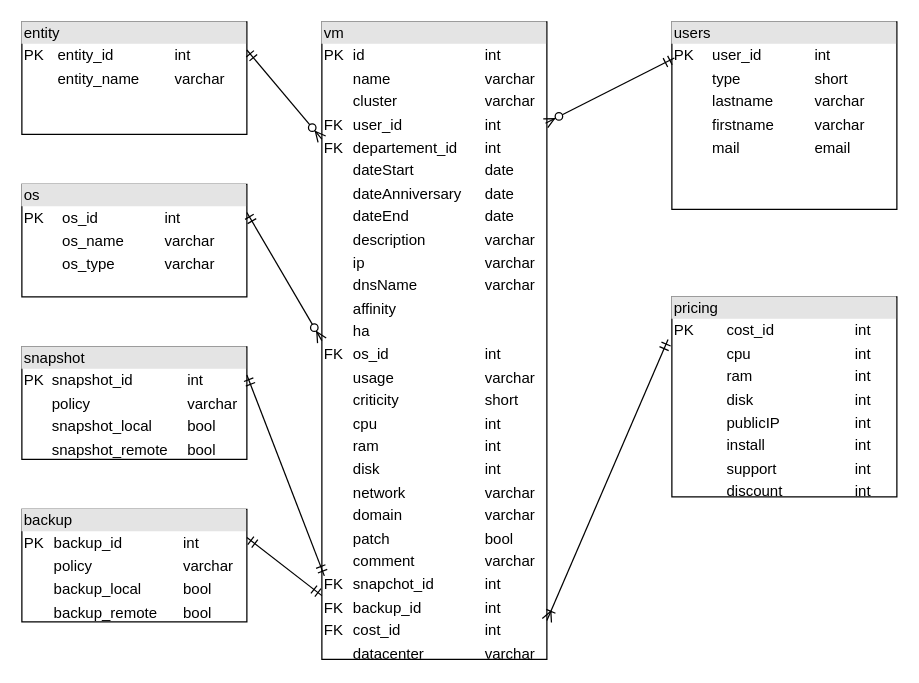
This is Doc/VMs-MLD.drawio from Pedroletti-Michael/Managment-VMs, a draw.io file, before an edit. Source tidied: cells renumbered, new cells numbered last; positions are measured from the earlier drawing's top-left corner, leaving out a move shared by most shapes. Both pictures are drawn from the tidied source at 125%, with x=0, y=0 at pixel (21, 21).
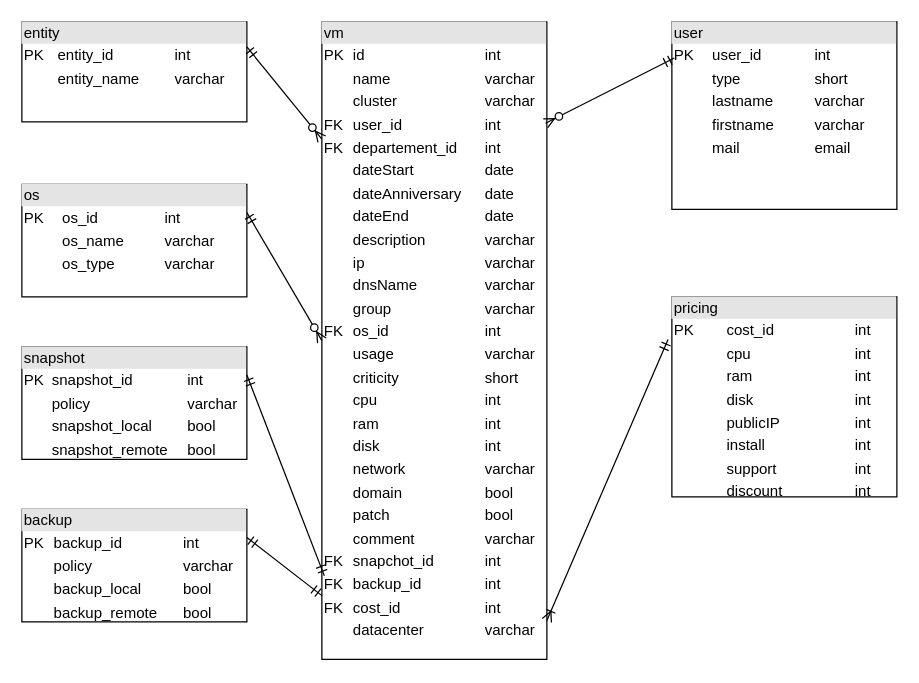
The same diagram, later.

What changed in the source:
```diff
@@
 <mxGraphModel>
   <root>
     <mxCell id="0" />
     <mxCell id="1" parent="0" />
-    <mxCell id="2" value="&lt;div style=&quot;box-sizing: border-box ; width: 100% ; background: #e4e4e4 ; padding: 2px&quot;&gt;vm&lt;/div&gt;&lt;table style=&quot;width: 100% ; font-size: 1em&quot; cellpadding=&quot;2&quot; cellspacing=&quot;0&quot;&gt;&lt;tbody&gt;&lt;tr&gt;&lt;td&gt;PK&lt;/td&gt;&lt;td&gt;id&lt;/td&gt;&lt;td&gt;int&lt;/td&gt;&lt;/tr&gt;&lt;tr&gt;&lt;td&gt;&lt;br&gt;&lt;/td&gt;&lt;td&gt;name&lt;/td&gt;&lt;td&gt;varchar&lt;/td&gt;&lt;/tr&gt;&lt;tr&gt;&lt;td&gt;&lt;/td&gt;&lt;td&gt;cluster&lt;/td&gt;&lt;td&gt;varchar&lt;br&gt;&lt;/td&gt;&lt;/tr&gt;&lt;tr&gt;&lt;td&gt;FK&lt;/td&gt;&lt;td&gt;user_id&lt;/td&gt;&lt;td&gt;int&lt;/td&gt;&lt;/tr&gt;&lt;tr&gt;&lt;td&gt;FK&lt;/td&gt;&lt;td&gt;departement_id&lt;/td&gt;&lt;td&gt;int&lt;/td&gt;&lt;/tr&gt;&lt;tr&gt;&lt;td&gt;&lt;br&gt;&lt;/td&gt;&lt;td&gt;dateStart&lt;/td&gt;&lt;td&gt;date&lt;/td&gt;&lt;/tr&gt;&lt;tr&gt;&lt;td&gt;&lt;br&gt;&lt;/td&gt;&lt;td&gt;dateAnniversary&lt;/td&gt;&lt;td&gt;date&lt;/td&gt;&lt;/tr&gt;&lt;tr&gt;&lt;td&gt;&lt;br&gt;&lt;/td&gt;&lt;td&gt;dateEnd&lt;/td&gt;&lt;td&gt;date&lt;/td&gt;&lt;/tr&gt;&lt;tr&gt;&lt;td&gt;&lt;br&gt;&lt;/td&gt;&lt;td&gt;description&lt;/td&gt;&lt;td&gt;varchar&lt;/td&gt;&lt;/tr&gt;&lt;tr&gt;&lt;td&gt;&lt;br&gt;&lt;/td&gt;&lt;td&gt;ip&lt;/td&gt;&lt;td&gt;varchar&lt;/td&gt;&lt;/tr&gt;&lt;tr&gt;&lt;td&gt;&lt;br&gt;&lt;/td&gt;&lt;td&gt;dnsName&lt;/td&gt;&lt;td&gt;varchar&lt;/td&gt;&lt;/tr&gt;&lt;tr&gt;&lt;td&gt;&lt;br&gt;&lt;/td&gt;&lt;td&gt;affinity&lt;/td&gt;&lt;td&gt;&lt;br&gt;&lt;/td&gt;&lt;/tr&gt;&lt;tr&gt;&lt;td&gt;&lt;br&gt;&lt;/td&gt;&lt;td&gt;ha&lt;/td&gt;&lt;td&gt;&lt;br&gt;&lt;/td&gt;&lt;/tr&gt;&lt;tr&gt;&lt;td&gt;FK&lt;/td&gt;&lt;td&gt;os_id&lt;/td&gt;&lt;td&gt;int&lt;/td&gt;&lt;/tr&gt;&lt;tr&gt;&lt;td&gt;&lt;br&gt;&lt;/td&gt;&lt;td&gt;usage&lt;/td&gt;&lt;td&gt;varchar&lt;/td&gt;&lt;/tr&gt;&lt;tr&gt;&lt;td&gt;&lt;br&gt;&lt;/td&gt;&lt;td&gt;criticity&lt;/td&gt;&lt;td&gt;short&lt;/td&gt;&lt;/tr&gt;&lt;tr&gt;&lt;td&gt;&lt;br&gt;&lt;/td&gt;&lt;td&gt;cpu&lt;/td&gt;&lt;td&gt;int&lt;/td&gt;&lt;/tr&gt;&lt;tr&gt;&lt;td&gt;&lt;br&gt;&lt;/td&gt;&lt;td&gt;ram&lt;/td&gt;&lt;td&gt;int&lt;/td&gt;&lt;/tr&gt;&lt;tr&gt;&lt;td&gt;&lt;br&gt;&lt;/td&gt;&lt;td&gt;disk&lt;/td&gt;&lt;td&gt;int&lt;/td&gt;&lt;/tr&gt;&lt;tr&gt;&lt;td&gt;&lt;br&gt;&lt;/td&gt;&lt;td&gt;network&lt;/td&gt;&lt;td&gt;varchar&lt;/td&gt;&lt;/tr&gt;&lt;tr&gt;&lt;td&gt;&lt;br&gt;&lt;/td&gt;&lt;td&gt;domain&lt;/td&gt;&lt;td&gt;varchar&lt;/td&gt;&lt;/tr&gt;&lt;tr&gt;&lt;td&gt;&lt;br&gt;&lt;/td&gt;&lt;td&gt;patch&lt;/td&gt;&lt;td&gt;bool&lt;/td&gt;&lt;/tr&gt;&lt;tr&gt;&lt;td&gt;&lt;br&gt;&lt;/td&gt;&lt;td&gt;comment&lt;/td&gt;&lt;td&gt;varchar&lt;/td&gt;&lt;/tr&gt;&lt;tr&gt;&lt;td&gt;FK&lt;/td&gt;&lt;td&gt;snapchot_id&lt;/td&gt;&lt;td&gt;int&lt;/td&gt;&lt;/tr&gt;&lt;tr&gt;&lt;td&gt;FK&lt;/td&gt;&lt;td&gt;backup_id&lt;/td&gt;&lt;td&gt;int&lt;/td&gt;&lt;/tr&gt;&lt;tr&gt;&lt;td&gt;FK&lt;/td&gt;&lt;td&gt;cost_id&lt;/td&gt;&lt;td&gt;int&lt;/td&gt;&lt;/tr&gt;&lt;tr&gt;&lt;td&gt;&lt;br&gt;&lt;/td&gt;&lt;td&gt;datacenter&lt;/td&gt;&lt;td&gt;varchar&lt;/td&gt;&lt;/tr&gt;&lt;/tbody&gt;&lt;/table&gt;" style="verticalAlign=top;align=left;overflow=fill;html=1;" parent="1" vertex="1">
+    <mxCell id="2" value="&lt;div style=&quot;box-sizing: border-box ; width: 100% ; background: #e4e4e4 ; padding: 2px&quot;&gt;vm&lt;/div&gt;&lt;table style=&quot;width: 100% ; font-size: 1em&quot; cellpadding=&quot;2&quot; cellspacing=&quot;0&quot;&gt;&lt;tbody&gt;&lt;tr&gt;&lt;td&gt;PK&lt;/td&gt;&lt;td&gt;id&lt;/td&gt;&lt;td&gt;int&lt;/td&gt;&lt;/tr&gt;&lt;tr&gt;&lt;td&gt;&lt;br&gt;&lt;/td&gt;&lt;td&gt;name&lt;/td&gt;&lt;td&gt;varchar&lt;/td&gt;&lt;/tr&gt;&lt;tr&gt;&lt;td&gt;&lt;/td&gt;&lt;td&gt;cluster&lt;/td&gt;&lt;td&gt;varchar&lt;br&gt;&lt;/td&gt;&lt;/tr&gt;&lt;tr&gt;&lt;td&gt;FK&lt;/td&gt;&lt;td&gt;user_id&lt;/td&gt;&lt;td&gt;int&lt;/td&gt;&lt;/tr&gt;&lt;tr&gt;&lt;td&gt;FK&lt;/td&gt;&lt;td&gt;departement_id&lt;/td&gt;&lt;td&gt;int&lt;/td&gt;&lt;/tr&gt;&lt;tr&gt;&lt;td&gt;&lt;br&gt;&lt;/td&gt;&lt;td&gt;dateStart&lt;/td&gt;&lt;td&gt;date&lt;/td&gt;&lt;/tr&gt;&lt;tr&gt;&lt;td&gt;&lt;br&gt;&lt;/td&gt;&lt;td&gt;dateAnniversary&lt;/td&gt;&lt;td&gt;date&lt;/td&gt;&lt;/tr&gt;&lt;tr&gt;&lt;td&gt;&lt;br&gt;&lt;/td&gt;&lt;td&gt;dateEnd&lt;/td&gt;&lt;td&gt;date&lt;/td&gt;&lt;/tr&gt;&lt;tr&gt;&lt;td&gt;&lt;br&gt;&lt;/td&gt;&lt;td&gt;description&lt;/td&gt;&lt;td&gt;varchar&lt;/td&gt;&lt;/tr&gt;&lt;tr&gt;&lt;td&gt;&lt;br&gt;&lt;/td&gt;&lt;td&gt;ip&lt;/td&gt;&lt;td&gt;varchar&lt;/td&gt;&lt;/tr&gt;&lt;tr&gt;&lt;td&gt;&lt;br&gt;&lt;/td&gt;&lt;td&gt;dnsName&lt;/td&gt;&lt;td&gt;varchar&lt;/td&gt;&lt;/tr&gt;&lt;tr&gt;&lt;td&gt;&lt;br&gt;&lt;/td&gt;&lt;td&gt;group&lt;/td&gt;&lt;td&gt;varchar&lt;/td&gt;&lt;/tr&gt;&lt;tr&gt;&lt;td&gt;FK&lt;/td&gt;&lt;td&gt;os_id&lt;/td&gt;&lt;td&gt;int&lt;/td&gt;&lt;/tr&gt;&lt;tr&gt;&lt;td&gt;&lt;br&gt;&lt;/td&gt;&lt;td&gt;usage&lt;/td&gt;&lt;td&gt;varchar&lt;/td&gt;&lt;/tr&gt;&lt;tr&gt;&lt;td&gt;&lt;br&gt;&lt;/td&gt;&lt;td&gt;criticity&lt;/td&gt;&lt;td&gt;short&lt;/td&gt;&lt;/tr&gt;&lt;tr&gt;&lt;td&gt;&lt;br&gt;&lt;/td&gt;&lt;td&gt;cpu&lt;/td&gt;&lt;td&gt;int&lt;/td&gt;&lt;/tr&gt;&lt;tr&gt;&lt;td&gt;&lt;br&gt;&lt;/td&gt;&lt;td&gt;ram&lt;/td&gt;&lt;td&gt;int&lt;/td&gt;&lt;/tr&gt;&lt;tr&gt;&lt;td&gt;&lt;br&gt;&lt;/td&gt;&lt;td&gt;disk&lt;/td&gt;&lt;td&gt;int&lt;/td&gt;&lt;/tr&gt;&lt;tr&gt;&lt;td&gt;&lt;br&gt;&lt;/td&gt;&lt;td&gt;network&lt;/td&gt;&lt;td&gt;varchar&lt;/td&gt;&lt;/tr&gt;&lt;tr&gt;&lt;td&gt;&lt;br&gt;&lt;/td&gt;&lt;td&gt;domain&lt;/td&gt;&lt;td&gt;bool&lt;/td&gt;&lt;/tr&gt;&lt;tr&gt;&lt;td&gt;&lt;br&gt;&lt;/td&gt;&lt;td&gt;patch&lt;/td&gt;&lt;td&gt;bool&lt;/td&gt;&lt;/tr&gt;&lt;tr&gt;&lt;td&gt;&lt;br&gt;&lt;/td&gt;&lt;td&gt;comment&lt;/td&gt;&lt;td&gt;varchar&lt;/td&gt;&lt;/tr&gt;&lt;tr&gt;&lt;td&gt;FK&lt;/td&gt;&lt;td&gt;snapchot_id&lt;/td&gt;&lt;td&gt;int&lt;/td&gt;&lt;/tr&gt;&lt;tr&gt;&lt;td&gt;FK&lt;/td&gt;&lt;td&gt;backup_id&lt;/td&gt;&lt;td&gt;int&lt;/td&gt;&lt;/tr&gt;&lt;tr&gt;&lt;td&gt;FK&lt;/td&gt;&lt;td&gt;cost_id&lt;/td&gt;&lt;td&gt;int&lt;/td&gt;&lt;/tr&gt;&lt;tr&gt;&lt;td&gt;&lt;br&gt;&lt;/td&gt;&lt;td&gt;datacenter&lt;/td&gt;&lt;td&gt;varchar&lt;/td&gt;&lt;/tr&gt;&lt;/tbody&gt;&lt;/table&gt;" style="verticalAlign=top;align=left;overflow=fill;html=1;" parent="1" vertex="1">
       <mxGeometry x="240" width="180" height="510" as="geometry" />
     </mxCell>
     <mxCell id="3" value="&lt;div style=&quot;box-sizing: border-box ; width: 100% ; background: #e4e4e4 ; padding: 2px&quot;&gt;entity&lt;/div&gt;&lt;table style=&quot;width: 100% ; font-size: 1em&quot; cellpadding=&quot;2&quot; cellspacing=&quot;0&quot;&gt;&lt;tbody&gt;&lt;tr&gt;&lt;td&gt;PK&lt;/td&gt;&lt;td&gt;entity_id&lt;/td&gt;&lt;td&gt;int&lt;/td&gt;&lt;/tr&gt;&lt;tr&gt;&lt;td&gt;&lt;br&gt;&lt;/td&gt;&lt;td&gt;entity_name&lt;/td&gt;&lt;td&gt;varchar&lt;/td&gt;&lt;/tr&gt;&lt;/tbody&gt;&lt;/table&gt;" style="verticalAlign=top;align=left;overflow=fill;html=1;" parent="1" vertex="1">
-      <mxGeometry width="180" height="90" as="geometry" />
+      <mxGeometry width="180" height="80" as="geometry" />
     </mxCell>
-    <mxCell id="4" value="&lt;div style=&quot;box-sizing: border-box ; width: 100% ; background: #e4e4e4 ; padding: 2px&quot;&gt;users&lt;/div&gt;&lt;table style=&quot;width: 100% ; font-size: 1em&quot; cellpadding=&quot;2&quot; cellspacing=&quot;0&quot;&gt;&lt;tbody&gt;&lt;tr&gt;&lt;td&gt;PK&lt;/td&gt;&lt;td&gt;user_id&lt;/td&gt;&lt;td&gt;int&lt;/td&gt;&lt;/tr&gt;&lt;tr&gt;&lt;td&gt;&lt;br&gt;&lt;/td&gt;&lt;td&gt;type&lt;/td&gt;&lt;td&gt;short&lt;/td&gt;&lt;/tr&gt;&lt;tr&gt;&lt;td&gt;&lt;br&gt;&lt;/td&gt;&lt;td&gt;lastname&lt;/td&gt;&lt;td&gt;varchar&lt;/td&gt;&lt;/tr&gt;&lt;tr&gt;&lt;td&gt;&lt;br&gt;&lt;/td&gt;&lt;td&gt;firstname&lt;/td&gt;&lt;td&gt;varchar&lt;/td&gt;&lt;/tr&gt;&lt;tr&gt;&lt;td&gt;&lt;br&gt;&lt;/td&gt;&lt;td&gt;mail&lt;/td&gt;&lt;td&gt;email&lt;/td&gt;&lt;/tr&gt;&lt;/tbody&gt;&lt;/table&gt;" style="verticalAlign=top;align=left;overflow=fill;html=1;" parent="1" vertex="1">
+    <mxCell id="4" value="&lt;div style=&quot;box-sizing: border-box ; width: 100% ; background: #e4e4e4 ; padding: 2px&quot;&gt;user&lt;/div&gt;&lt;table style=&quot;width: 100% ; font-size: 1em&quot; cellpadding=&quot;2&quot; cellspacing=&quot;0&quot;&gt;&lt;tbody&gt;&lt;tr&gt;&lt;td&gt;PK&lt;/td&gt;&lt;td&gt;user_id&lt;/td&gt;&lt;td&gt;int&lt;/td&gt;&lt;/tr&gt;&lt;tr&gt;&lt;td&gt;&lt;br&gt;&lt;/td&gt;&lt;td&gt;type&lt;/td&gt;&lt;td&gt;short&lt;/td&gt;&lt;/tr&gt;&lt;tr&gt;&lt;td&gt;&lt;br&gt;&lt;/td&gt;&lt;td&gt;lastname&lt;/td&gt;&lt;td&gt;varchar&lt;/td&gt;&lt;/tr&gt;&lt;tr&gt;&lt;td&gt;&lt;br&gt;&lt;/td&gt;&lt;td&gt;firstname&lt;/td&gt;&lt;td&gt;varchar&lt;/td&gt;&lt;/tr&gt;&lt;tr&gt;&lt;td&gt;&lt;br&gt;&lt;/td&gt;&lt;td&gt;mail&lt;/td&gt;&lt;td&gt;email&lt;/td&gt;&lt;/tr&gt;&lt;/tbody&gt;&lt;/table&gt;" style="verticalAlign=top;align=left;overflow=fill;html=1;" parent="1" vertex="1">
       <mxGeometry x="520" width="180" height="150" as="geometry" />
     </mxCell>
     <mxCell id="5" value="&lt;div style=&quot;box-sizing: border-box ; width: 100% ; background: #e4e4e4 ; padding: 2px&quot;&gt;os&lt;/div&gt;&lt;table style=&quot;width: 100% ; font-size: 1em&quot; cellpadding=&quot;2&quot; cellspacing=&quot;0&quot;&gt;&lt;tbody&gt;&lt;tr&gt;&lt;td&gt;PK&lt;/td&gt;&lt;td&gt;os_id&lt;/td&gt;&lt;td&gt;int&lt;/td&gt;&lt;/tr&gt;&lt;tr&gt;&lt;td&gt;&lt;br&gt;&lt;/td&gt;&lt;td&gt;os_name&lt;/td&gt;&lt;td&gt;varchar&lt;/td&gt;&lt;/tr&gt;&lt;tr&gt;&lt;td&gt;&lt;br&gt;&lt;/td&gt;&lt;td&gt;os_type&lt;/td&gt;&lt;td&gt;varchar&lt;/td&gt;&lt;/tr&gt;&lt;/tbody&gt;&lt;/table&gt;" style="verticalAlign=top;align=left;overflow=fill;html=1;" parent="1" vertex="1">
       <mxGeometry y="130" width="180" height="90" as="geometry" />
     </mxCell>
     <mxCell id="6" style="endArrow=ERzeroToMany;html=1;exitX=1;exitY=0.25;exitDx=0;exitDy=0;entryX=0;entryY=0.5;entryDx=0;entryDy=0;startArrow=ERmandOne;startFill=0;endFill=1;" parent="1" edge="1" source="5" target="2">
       <mxGeometry relative="1" as="geometry" />
     </mxCell>
     <mxCell id="7" style="endArrow=ERzeroToMany;html=1;exitX=1;exitY=0.25;exitDx=0;exitDy=0;entryX=0;entryY=0.184;entryDx=0;entryDy=0;entryPerimeter=0;startArrow=ERmandOne;startFill=0;endFill=1;" parent="1" edge="1" source="3" target="2">
       <mxGeometry relative="1" as="geometry" />
     </mxCell>
     <mxCell id="8" style="endArrow=ERmandOne;html=1;exitX=0.994;exitY=0.159;exitDx=0;exitDy=0;exitPerimeter=0;entryX=0.011;entryY=0.193;entryDx=0;entryDy=0;entryPerimeter=0;startArrow=ERzeroToMany;startFill=1;endFill=0;" parent="1" edge="1" source="2" target="4">
       <mxGeometry relative="1" as="geometry" />
     </mxCell>
     <mxCell id="9" value="&lt;div style=&quot;box-sizing: border-box ; width: 100% ; background: #e4e4e4 ; padding: 2px&quot;&gt;snapshot&lt;/div&gt;&lt;table style=&quot;width: 100% ; font-size: 1em&quot; cellpadding=&quot;2&quot; cellspacing=&quot;0&quot;&gt;&lt;tbody&gt;&lt;tr&gt;&lt;td&gt;PK&lt;/td&gt;&lt;td&gt;snapshot_id&lt;/td&gt;&lt;td&gt;int&lt;/td&gt;&lt;/tr&gt;&lt;tr&gt;&lt;td&gt;&lt;br&gt;&lt;/td&gt;&lt;td&gt;policy&lt;/td&gt;&lt;td&gt;varchar&lt;/td&gt;&lt;/tr&gt;&lt;tr&gt;&lt;td&gt;&lt;br&gt;&lt;/td&gt;&lt;td&gt;snapshot_local&lt;/td&gt;&lt;td&gt;bool&lt;/td&gt;&lt;/tr&gt;&lt;tr&gt;&lt;td&gt;&lt;br&gt;&lt;/td&gt;&lt;td&gt;snapshot_remote&lt;/td&gt;&lt;td&gt;bool&lt;/td&gt;&lt;/tr&gt;&lt;/tbody&gt;&lt;/table&gt;" style="verticalAlign=top;align=left;overflow=fill;html=1;" parent="1" vertex="1">
       <mxGeometry y="260" width="180" height="90" as="geometry" />
     </mxCell>
     <mxCell id="10" value="&lt;div style=&quot;box-sizing: border-box ; width: 100% ; background: #e4e4e4 ; padding: 2px&quot;&gt;backup&lt;/div&gt;&lt;table style=&quot;width: 100% ; font-size: 1em&quot; cellpadding=&quot;2&quot; cellspacing=&quot;0&quot;&gt;&lt;tbody&gt;&lt;tr&gt;&lt;td&gt;PK&lt;/td&gt;&lt;td&gt;backup_id&lt;/td&gt;&lt;td&gt;int&lt;/td&gt;&lt;/tr&gt;&lt;tr&gt;&lt;td&gt;&lt;br&gt;&lt;/td&gt;&lt;td&gt;policy&lt;/td&gt;&lt;td&gt;varchar&lt;/td&gt;&lt;/tr&gt;&lt;tr&gt;&lt;td&gt;&lt;br&gt;&lt;/td&gt;&lt;td&gt;backup_local&lt;/td&gt;&lt;td&gt;bool&lt;/td&gt;&lt;/tr&gt;&lt;tr&gt;&lt;td&gt;&lt;br&gt;&lt;/td&gt;&lt;td&gt;backup_remote&lt;/td&gt;&lt;td&gt;bool&lt;/td&gt;&lt;/tr&gt;&lt;/tbody&gt;&lt;/table&gt;" style="verticalAlign=top;align=left;overflow=fill;html=1;" parent="1" vertex="1">
       <mxGeometry y="390" width="180" height="90" as="geometry" />
     </mxCell>
     <mxCell id="11" style="endArrow=ERmandOne;html=1;exitX=1;exitY=0.25;exitDx=0;exitDy=0;entryX=0.011;entryY=0.869;entryDx=0;entryDy=0;entryPerimeter=0;startArrow=ERmandOne;startFill=0;endFill=0;" parent="1" edge="1" source="9" target="2">
       <mxGeometry relative="1" as="geometry" />
     </mxCell>
     <mxCell id="12" style="endArrow=ERmandOne;html=1;exitX=1;exitY=0.25;exitDx=0;exitDy=0;entryX=0;entryY=0.9;entryDx=0;entryDy=0;entryPerimeter=0;startArrow=ERmandOne;startFill=0;endFill=0;" parent="1" edge="1" source="10" target="2">
       <mxGeometry relative="1" as="geometry" />
     </mxCell>
     <mxCell id="13" value="&lt;div style=&quot;box-sizing: border-box ; width: 100% ; background: #e4e4e4 ; padding: 2px&quot;&gt;pricing&lt;/div&gt;&lt;table style=&quot;width: 100% ; font-size: 1em&quot; cellpadding=&quot;2&quot; cellspacing=&quot;0&quot;&gt;&lt;tbody&gt;&lt;tr&gt;&lt;td&gt;PK&lt;/td&gt;&lt;td&gt;cost_id&lt;/td&gt;&lt;td&gt;int&lt;/td&gt;&lt;/tr&gt;&lt;tr&gt;&lt;td&gt;&lt;br&gt;&lt;/td&gt;&lt;td&gt;cpu&lt;/td&gt;&lt;td&gt;int&lt;/td&gt;&lt;/tr&gt;&lt;tr&gt;&lt;td&gt;&lt;br&gt;&lt;/td&gt;&lt;td&gt;ram&lt;/td&gt;&lt;td&gt;int&lt;/td&gt;&lt;/tr&gt;&lt;tr&gt;&lt;td&gt;&lt;br&gt;&lt;/td&gt;&lt;td&gt;disk&lt;/td&gt;&lt;td&gt;int&lt;/td&gt;&lt;/tr&gt;&lt;tr&gt;&lt;td&gt;&lt;br&gt;&lt;/td&gt;&lt;td&gt;publicIP&lt;/td&gt;&lt;td&gt;int&lt;/td&gt;&lt;/tr&gt;&lt;tr&gt;&lt;td&gt;&lt;br&gt;&lt;/td&gt;&lt;td&gt;install&lt;/td&gt;&lt;td&gt;int&lt;/td&gt;&lt;/tr&gt;&lt;tr&gt;&lt;td&gt;&lt;br&gt;&lt;/td&gt;&lt;td&gt;support&lt;/td&gt;&lt;td&gt;int&lt;/td&gt;&lt;/tr&gt;&lt;tr&gt;&lt;td&gt;&lt;br&gt;&lt;/td&gt;&lt;td&gt;discount&lt;/td&gt;&lt;td&gt;int&lt;/td&gt;&lt;/tr&gt;&lt;/tbody&gt;&lt;/table&gt;" style="verticalAlign=top;align=left;overflow=fill;html=1;" parent="1" vertex="1">
       <mxGeometry x="520" y="220" width="180" height="160" as="geometry" />
     </mxCell>
     <mxCell id="14" style="endArrow=ERmandOne;html=1;exitX=1;exitY=0.939;exitDx=0;exitDy=0;exitPerimeter=0;entryX=-0.017;entryY=0.213;entryDx=0;entryDy=0;entryPerimeter=0;endFill=0;startArrow=ERoneToMany;startFill=0;" parent="1" edge="1" source="2" target="13">
       <mxGeometry relative="1" as="geometry" />
     </mxCell>
   </root>
 </mxGraphModel>
```
